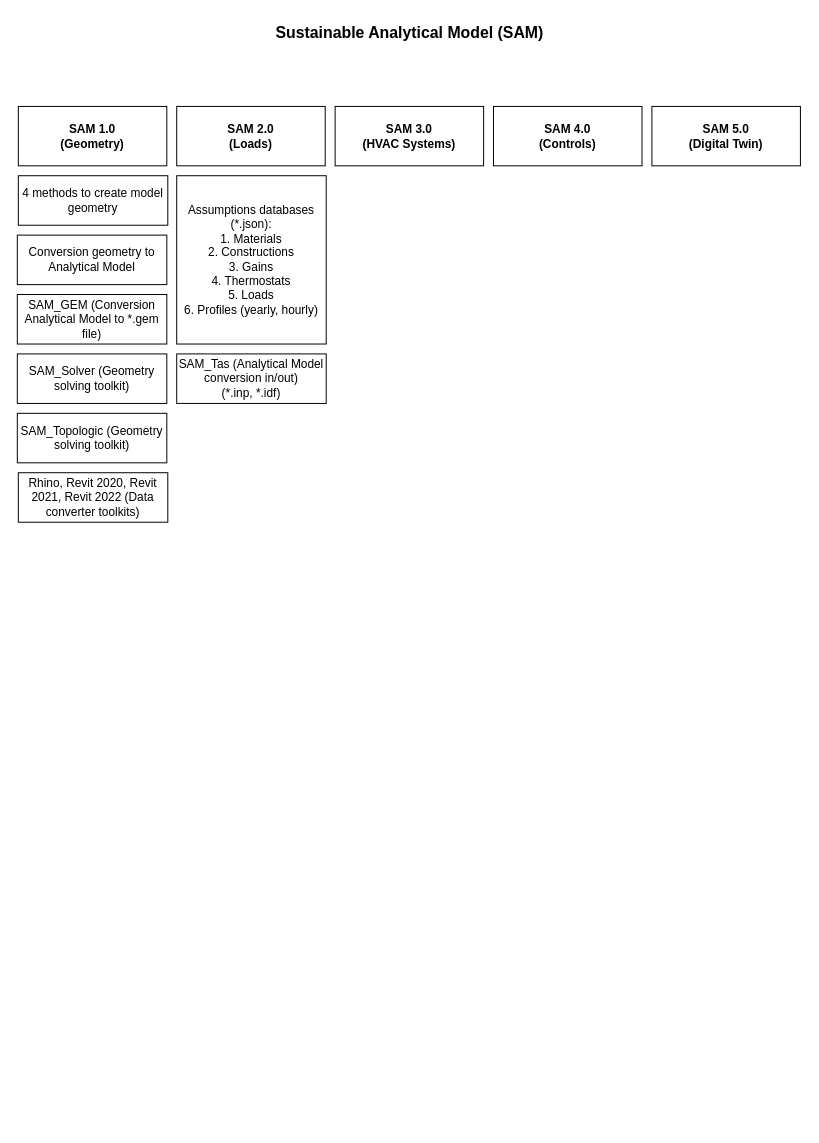
Before: documentation/SAM Development.drawio in HoareLea/SAM, a draw.io diagram. Source tidied: cells renumbered, new cells numbered last; positions are measured from the earlier drawing's top-left corner, leaving out a move shared by most shapes. Both pictures are drawn from the tidied source at 99%, with x=0, y=0 at pixel (17, 17).
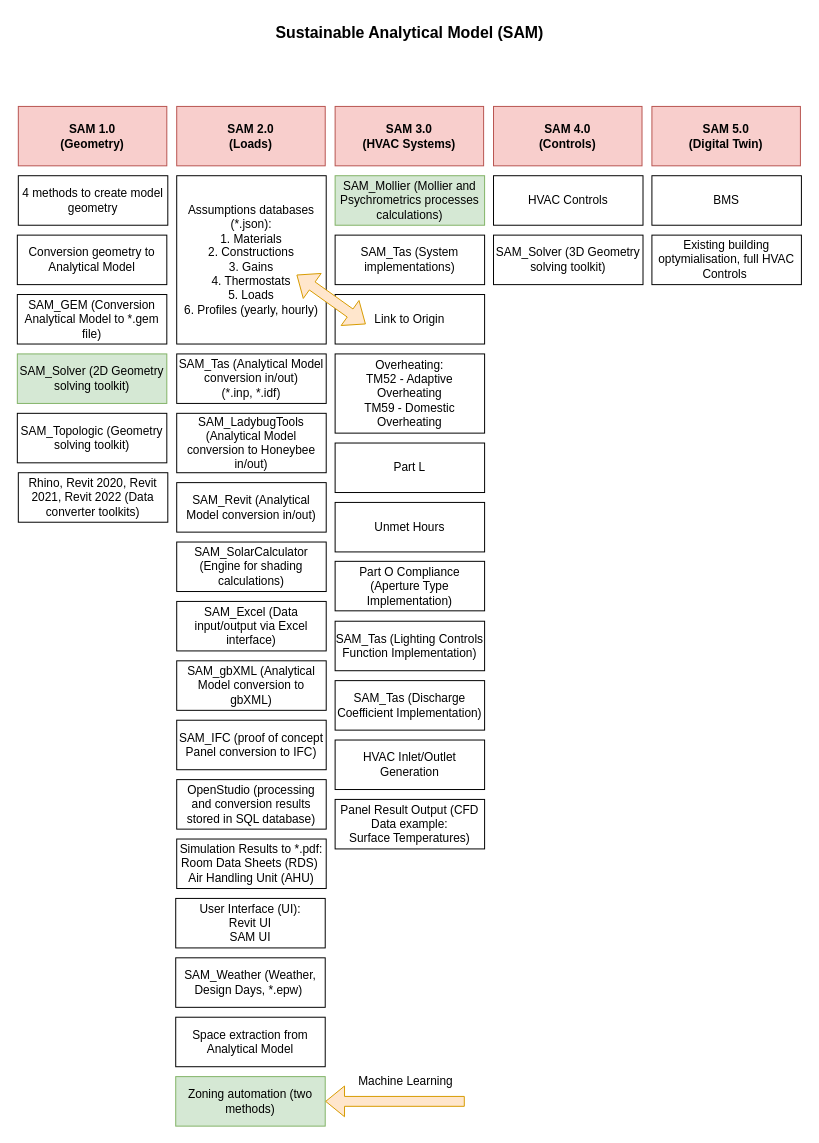
The same page after the edit.

The edit, as a diff of the source:
```diff
@@
-    <mxCell id="2" value="SAM 1.0&lt;br&gt;(Geometry)" style="rounded=0;whiteSpace=wrap;html=1;fontStyle=1;" parent="1" vertex="1">
+    <mxCell id="2" value="SAM 1.0&lt;br&gt;(Geometry)" style="rounded=0;whiteSpace=wrap;html=1;fontStyle=1;fillColor=#f8cecc;strokeColor=#b85450;" parent="1" vertex="1">
       <mxGeometry x="1" y="90" width="150" height="60" as="geometry" />
     </mxCell>
@@
-    <mxCell id="4" value="SAM 2.0&lt;br&gt;(Loads)" style="rounded=0;whiteSpace=wrap;html=1;fontStyle=1;" parent="1" vertex="1">
+    <mxCell id="4" value="SAM 2.0&lt;br&gt;(Loads)" style="rounded=0;whiteSpace=wrap;html=1;fontStyle=1;fillColor=#f8cecc;strokeColor=#b85450;" parent="1" vertex="1">
       <mxGeometry x="161" y="90" width="150" height="60" as="geometry" />
     </mxCell>
-    <mxCell id="5" value="SAM 3.0&lt;br&gt;(HVAC Systems)" style="rounded=0;whiteSpace=wrap;html=1;fontStyle=1;" parent="1" vertex="1">
+    <mxCell id="5" value="SAM 3.0&lt;br&gt;(HVAC Systems)" style="rounded=0;whiteSpace=wrap;html=1;fontStyle=1;fillColor=#f8cecc;strokeColor=#b85450;" parent="1" vertex="1">
       <mxGeometry x="321" y="90" width="150" height="60" as="geometry" />
     </mxCell>
-    <mxCell id="6" value="SAM 4.0&lt;br&gt;(Controls)" style="rounded=0;whiteSpace=wrap;html=1;fontStyle=1;" parent="1" vertex="1">
+    <mxCell id="6" value="SAM 4.0&lt;br&gt;(Controls)" style="rounded=0;whiteSpace=wrap;html=1;fontStyle=1;fillColor=#f8cecc;strokeColor=#b85450;" parent="1" vertex="1">
       <mxGeometry x="481" y="90" width="150" height="60" as="geometry" />
     </mxCell>
-    <mxCell id="7" value="SAM 5.0&lt;br&gt;(Digital Twin)" style="rounded=0;whiteSpace=wrap;html=1;fontStyle=1;" parent="1" vertex="1">
+    <mxCell id="7" value="SAM 5.0&lt;br&gt;(Digital Twin)" style="rounded=0;whiteSpace=wrap;html=1;fontStyle=1;fillColor=#f8cecc;strokeColor=#b85450;" parent="1" vertex="1">
       <mxGeometry x="641" y="90" width="150" height="60" as="geometry" />
     </mxCell>
@@
-    <mxCell id="11" value="SAM_Solver (Geometry solving toolkit)" style="rounded=0;whiteSpace=wrap;html=1;" parent="1" vertex="1">
+    <mxCell id="11" value="SAM_Solver (2D Geometry solving toolkit)" style="rounded=0;whiteSpace=wrap;html=1;fillColor=#d5e8d4;strokeColor=#82b366;" parent="1" vertex="1">
       <mxGeometry y="340" width="151" height="50" as="geometry" />
     </mxCell>
@@
+    <mxCell id="16" value="SAM_LadybugTools (Analytical Model conversion to Honeybee in/out)" style="rounded=0;whiteSpace=wrap;html=1;" parent="1" vertex="1">
+      <mxGeometry x="161" y="400" width="151" height="60" as="geometry" />
+    </mxCell>
+    <mxCell id="17" value="SAM_Revit (Analytical Model conversion in/out)" style="rounded=0;whiteSpace=wrap;html=1;" parent="1" vertex="1">
+      <mxGeometry x="161" y="470" width="151" height="50" as="geometry" />
+    </mxCell>
+    <mxCell id="18" value="SAM_SolarCalculator (Engine for shading calculations)" style="rounded=0;whiteSpace=wrap;html=1;" parent="1" vertex="1">
+      <mxGeometry x="161" y="530" width="151" height="50" as="geometry" />
+    </mxCell>
+    <mxCell id="19" value="SAM_Excel (Data input/output via Excel interface)" style="rounded=0;whiteSpace=wrap;html=1;" parent="1" vertex="1">
+      <mxGeometry x="161" y="590" width="151" height="50" as="geometry" />
+    </mxCell>
+    <mxCell id="20" value="SAM_gbXML (Analytical Model conversion to gbXML)" style="rounded=0;whiteSpace=wrap;html=1;" parent="1" vertex="1">
+      <mxGeometry x="161" y="650" width="151" height="50" as="geometry" />
+    </mxCell>
+    <mxCell id="21" value="SAM_IFC (proof of concept Panel conversion to IFC)" style="rounded=0;whiteSpace=wrap;html=1;" parent="1" vertex="1">
+      <mxGeometry x="161" y="710" width="151" height="50" as="geometry" />
+    </mxCell>
+    <mxCell id="22" value="OpenStudio (processing and conversion results stored in SQL database)" style="rounded=0;whiteSpace=wrap;html=1;" parent="1" vertex="1">
+      <mxGeometry x="161" y="770" width="151" height="50" as="geometry" />
+    </mxCell>
+    <mxCell id="23" value="Simulation Results to *.pdf:&lt;br&gt;Room Data Sheets (RDS)&amp;nbsp;&lt;br&gt;Air Handling Unit (AHU)" style="rounded=0;whiteSpace=wrap;html=1;" parent="1" vertex="1">
+      <mxGeometry x="161" y="830" width="151" height="50" as="geometry" />
+    </mxCell>
+    <mxCell id="24" value="User Interface (UI):&lt;br&gt;Revit UI&lt;br&gt;SAM UI" style="rounded=0;whiteSpace=wrap;html=1;" parent="1" vertex="1">
+      <mxGeometry x="160" y="890" width="151" height="50" as="geometry" />
+    </mxCell>
+    <mxCell id="25" value="SAM_Weather (Weather, Design Days, *.epw)&amp;nbsp;" style="rounded=0;whiteSpace=wrap;html=1;" parent="1" vertex="1">
+      <mxGeometry x="160" y="950" width="151" height="50" as="geometry" />
+    </mxCell>
+    <mxCell id="26" value="Space extraction from Analytical Model" style="rounded=0;whiteSpace=wrap;html=1;" parent="1" vertex="1">
+      <mxGeometry x="160" y="1010" width="151" height="50" as="geometry" />
+    </mxCell>
+    <mxCell id="27" value="Zoning automation (two methods)" style="rounded=0;whiteSpace=wrap;html=1;fillColor=#d5e8d4;strokeColor=#82b366;" parent="1" vertex="1">
+      <mxGeometry x="160" y="1070" width="151" height="50" as="geometry" />
+    </mxCell>
+    <mxCell id="28" value="SAM_Mollier (Mollier and Psychrometrics processes calculations)" style="rounded=0;whiteSpace=wrap;html=1;fillColor=#d5e8d4;strokeColor=#82b366;" parent="1" vertex="1">
+      <mxGeometry x="321" y="160" width="151" height="50" as="geometry" />
+    </mxCell>
+    <mxCell id="29" value="SAM_Tas (System implementations)" style="rounded=0;whiteSpace=wrap;html=1;" parent="1" vertex="1">
+      <mxGeometry x="321" y="220" width="151" height="50" as="geometry" />
+    </mxCell>
+    <mxCell id="30" value="Part L" style="rounded=0;whiteSpace=wrap;html=1;" parent="1" vertex="1">
+      <mxGeometry x="321" y="430" width="151" height="50" as="geometry" />
+    </mxCell>
+    <mxCell id="31" value="Overheating:&lt;br&gt;TM52 - Adaptive Overheating&lt;br&gt;TM59 - Domestic Overheating" style="rounded=0;whiteSpace=wrap;html=1;" parent="1" vertex="1">
+      <mxGeometry x="321" y="340" width="151" height="80" as="geometry" />
+    </mxCell>
+    <mxCell id="32" value="Link to Origin" style="rounded=0;whiteSpace=wrap;html=1;" parent="1" vertex="1">
+      <mxGeometry x="321" y="280" width="151" height="50" as="geometry" />
+    </mxCell>
+    <mxCell id="33" value="Unmet Hours" style="rounded=0;whiteSpace=wrap;html=1;" parent="1" vertex="1">
+      <mxGeometry x="321" y="490" width="151" height="50" as="geometry" />
+    </mxCell>
+    <mxCell id="34" value="Part O Compliance&lt;br&gt;(Aperture Type Implementation)" style="rounded=0;whiteSpace=wrap;html=1;" parent="1" vertex="1">
+      <mxGeometry x="321" y="549.5" width="151" height="50" as="geometry" />
+    </mxCell>
+    <mxCell id="35" value="SAM_Tas (Lighting Controls Function Implementation)" style="rounded=0;whiteSpace=wrap;html=1;" parent="1" vertex="1">
+      <mxGeometry x="321" y="610" width="151" height="50" as="geometry" />
+    </mxCell>
+    <mxCell id="36" value="SAM_Tas (Discharge Coefficient Implementation)" style="rounded=0;whiteSpace=wrap;html=1;" parent="1" vertex="1">
+      <mxGeometry x="321" y="670" width="151" height="50" as="geometry" />
+    </mxCell>
+    <mxCell id="37" value="HVAC Inlet/Outlet Generation" style="rounded=0;whiteSpace=wrap;html=1;" parent="1" vertex="1">
+      <mxGeometry x="321" y="730" width="151" height="50" as="geometry" />
+    </mxCell>
+    <mxCell id="38" value="Panel Result Output (CFD Data example:&lt;br&gt;Surface Temperatures)" style="rounded=0;whiteSpace=wrap;html=1;" parent="1" vertex="1">
+      <mxGeometry x="321" y="790" width="151" height="50" as="geometry" />
+    </mxCell>
+    <mxCell id="39" value="SAM_Solver (3D Geometry solving toolkit)" style="rounded=0;whiteSpace=wrap;html=1;" parent="1" vertex="1">
+      <mxGeometry x="481" y="220" width="151" height="50" as="geometry" />
+    </mxCell>
+    <mxCell id="40" value="HVAC Controls" style="rounded=0;whiteSpace=wrap;html=1;" parent="1" vertex="1">
+      <mxGeometry x="481" y="160" width="151" height="50" as="geometry" />
+    </mxCell>
+    <mxCell id="41" value="BMS" style="rounded=0;whiteSpace=wrap;html=1;" parent="1" vertex="1">
+      <mxGeometry x="641" y="160" width="151" height="50" as="geometry" />
+    </mxCell>
+    <mxCell id="42" value="Existing building optymialisation, full HVAC Controls&amp;nbsp;" style="rounded=0;whiteSpace=wrap;html=1;" parent="1" vertex="1">
+      <mxGeometry x="641" y="220" width="151" height="50" as="geometry" />
+    </mxCell>
+    <mxCell id="43" style="shape=flexArrow;endArrow=classic;startArrow=classic;html=1;rounded=0;fillColor=#ffe6cc;strokeColor=#d79b00;" parent="1" edge="1">
+      <mxGeometry relative="1" as="geometry">
+        <mxPoint x="282" y="260" as="sourcePoint" />
+        <mxPoint x="352" y="310" as="targetPoint" />
+      </mxGeometry>
+    </mxCell>
+    <mxCell id="44" style="shape=flexArrow;endArrow=classic;html=1;rounded=0;entryX=1;entryY=0.5;entryDx=0;entryDy=0;fillColor=#ffe6cc;strokeColor=#d79b00;" parent="1" edge="1" target="27">
+      <mxGeometry relative="1" as="geometry">
+        <mxPoint x="452" y="1095" as="sourcePoint" />
+      </mxGeometry>
+    </mxCell>
+    <mxCell id="45" value="Machine Learning" style="text;html=1;align=center;verticalAlign=middle;strokeColor=none;fillColor=none;" parent="1" vertex="1">
+      <mxGeometry x="332" y="1060" width="120" height="30" as="geometry" />
+    </mxCell>
```
